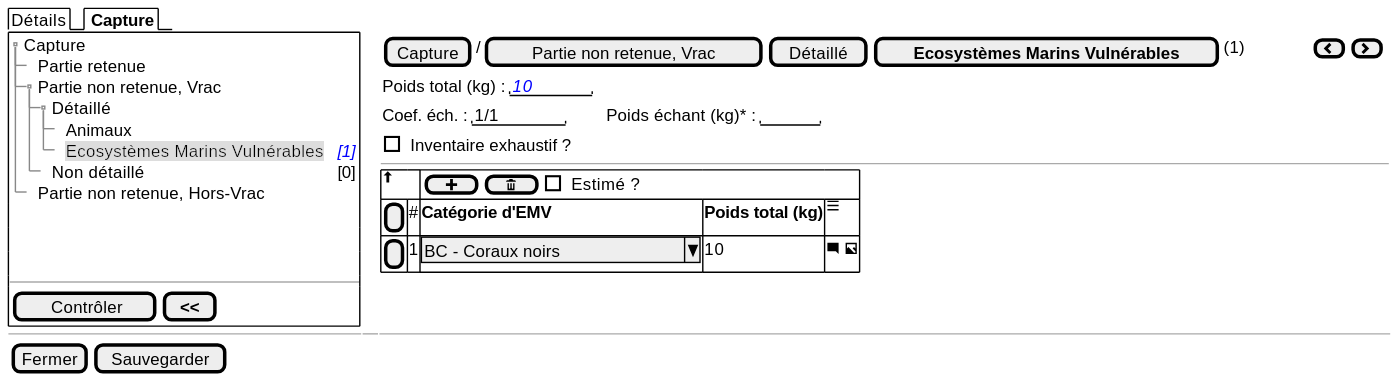
Before: projects/obsmer/spe/images/batch/batch-tree-PNR-VRAC-EMV.svg, a diagram exported from PlantUML (sumaris-net/sumaris-doc). Its source is kept beside it as projects/obsmer/spe/images/batch/batch-tree-PNR-VRAC-EMV.puml.
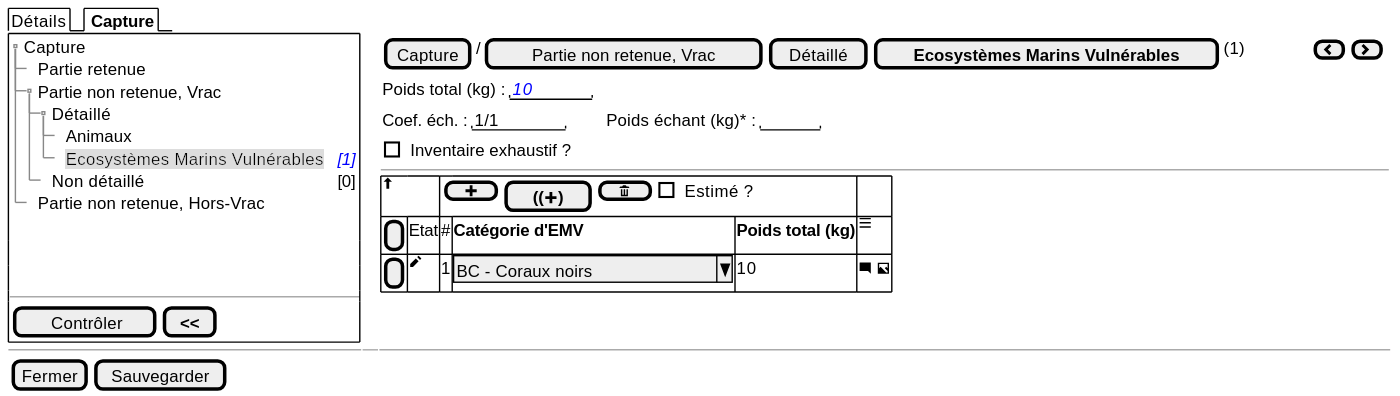
After the commit.

What changed in the source:
```diff
@@ -29,9 +29,9 @@
     { [ ] Inventaire exhaustif ? }
     ---
     {#
-                    <&arrow-thick-top> | *  | {[ <&plus> ] | [ <&trash> ] | [ ] Estimé ? } | * | *
-          [ ] | # | <b>Catégorie d'EMV  | <b>Poids total (kg)     |   <&menu>
-          [ ] | 1 | ^BC - Coraux noirs      ^ |  10    | <&comment-square> <&image>
+                    <&arrow-thick-top> | *  | {[ <&plus> ] | [ <b>((<&plus>) ] | [ <&trash> ] | [ ] Estimé ? } | * | *
+          [ ] | Etat | # | <b>Catégorie d'EMV  | <b>Poids total (kg)     |   <&menu>
+          [ ] | <&pencil> | 1 | ^BC - Coraux noirs      ^ |  10    | <&comment-square> <&image>
         }
   }
 
```
